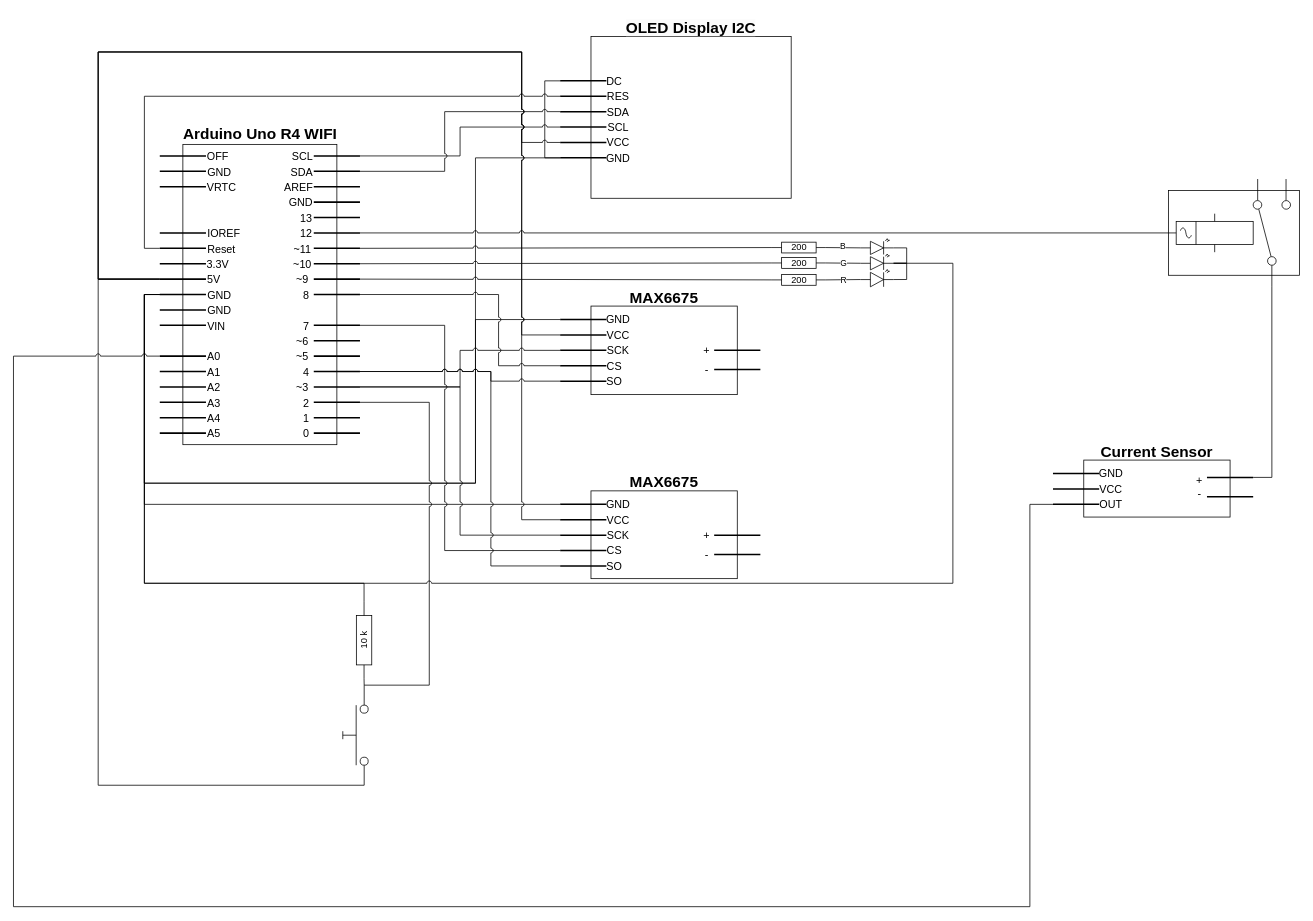
Earlier version of the draw.io diagram HaySteamerCircuitDiagram.drawio (RoadRunner-2/HaySteamerTemperatureControl). Source tidied: cells renumbered, new cells numbered last; positions are measured from the earlier drawing's top-left corner, leaving out a move shared by most shapes. Both pictures are drawn from the tidied source at 77%, with x=0, y=0 at pixel (13, 13).
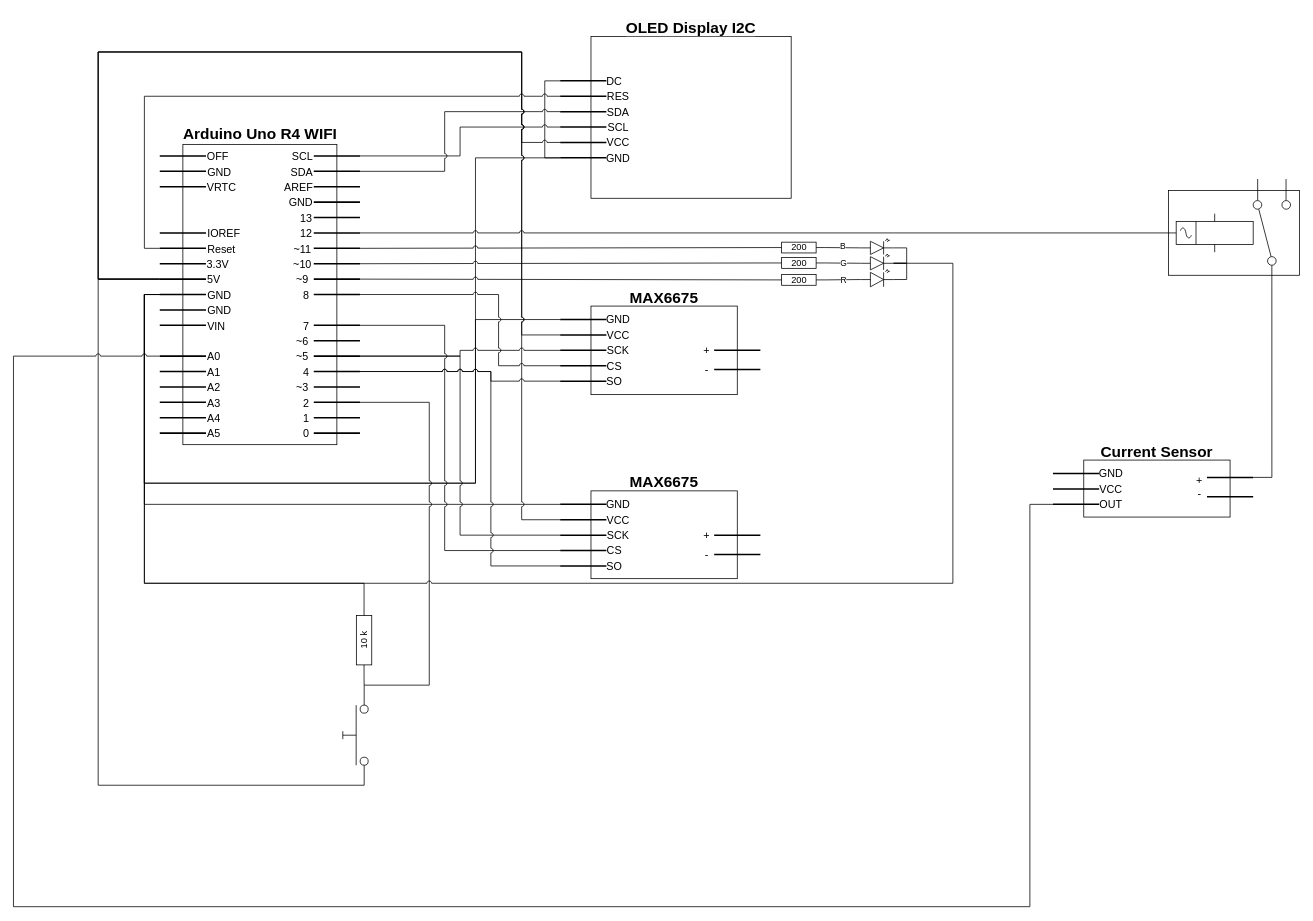
The same page after the edit.

Commit message:
correct connection

Unchanged cells that the change refers to:
```xml
<mxCell id="24" style="line;strokeWidth=2;html=1;" parent="3" vertex="1">
  <mxGeometry x="200" y="310" width="60" height="10" as="geometry" />
</mxCell>
<mxCell id="26" style="line;strokeWidth=2;html=1;" parent="3" vertex="1">
  <mxGeometry x="200" y="270" width="60" height="10" as="geometry" />
</mxCell>
<mxCell id="78" style="line;strokeWidth=2;html=1;" parent="74" vertex="1">
  <mxGeometry y="82.5" width="60" height="10" as="geometry" />
</mxCell>
<mxCell id="111" style="line;strokeWidth=2;html=1;" parent="107" vertex="1">
  <mxGeometry y="82.5" width="60" height="10" as="geometry" />
</mxCell>
```

The edit, as a diff of the source:
```diff
@@
-    <mxCell id="138" style="edgeStyle=orthogonalEdgeStyle;rounded=0;jettySize=auto;html=1;exitX=0;exitY=0.5;exitDx=0;exitDy=0;exitPerimeter=0;entryX=1;entryY=0.5;entryDx=0;entryDy=0;entryPerimeter=0;endArrow=none;endFill=0;jumpStyle=arc;jumpSize=6;" parent="1" edge="1" source="111" target="24">
+    <mxCell id="138" style="edgeStyle=orthogonalEdgeStyle;rounded=0;jettySize=auto;html=1;exitX=0;exitY=0.5;exitDx=0;exitDy=0;exitPerimeter=0;entryX=1;entryY=0.5;entryDx=0;entryDy=0;entryPerimeter=0;endArrow=none;endFill=0;jumpStyle=arc;jumpSize=6;" parent="1" edge="1" source="111" target="26">
       <mxGeometry relative="1" as="geometry" />
     </mxCell>
-    <mxCell id="139" style="edgeStyle=orthogonalEdgeStyle;rounded=0;jettySize=auto;html=1;exitX=0;exitY=0.5;exitDx=0;exitDy=0;exitPerimeter=0;entryX=1;entryY=0.5;entryDx=0;entryDy=0;entryPerimeter=0;endArrow=none;endFill=0;jumpStyle=arc;jumpSize=6;" parent="1" edge="1" source="78" target="24">
+    <mxCell id="139" style="edgeStyle=orthogonalEdgeStyle;rounded=0;jettySize=auto;html=1;exitX=0;exitY=0.5;exitDx=0;exitDy=0;exitPerimeter=0;entryX=1;entryY=0.5;entryDx=0;entryDy=0;entryPerimeter=0;endArrow=none;endFill=0;jumpStyle=arc;jumpSize=6;" parent="1" edge="1" source="78" target="26">
       <mxGeometry relative="1" as="geometry" />
     </mxCell>
```
